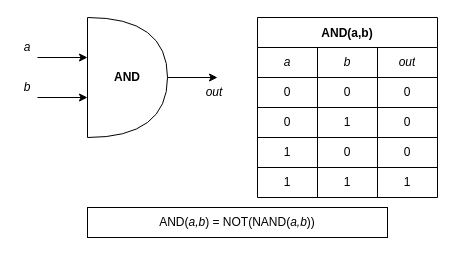
Above: page "AND" (3 of 7) of diagrams.drawio in aaronmbos/nand2tetris (draw.io), before the change. Source tidied: cells renumbered, new cells numbered last; positions are measured from the earlier drawing's top-left corner, leaving out a move shared by most shapes. Both pictures are drawn from the tidied source at 100%, with x=0, y=0 at pixel (17, 17).
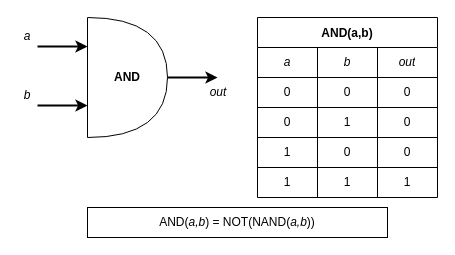
Above is the later version.

Diff of the diagram source:
```diff
@@
-    <mxCell id="24" style="endArrow=classic;html=1;rounded=0;fontFamily=JetBrains Mono;" parent="1" edge="1">
+    <mxCell id="24" style="endArrow=classic;html=1;rounded=0;fontFamily=JetBrains Mono;strokeWidth=2;" parent="1" edge="1">
       <mxGeometry relative="1" as="geometry">
-        <mxPoint x="20" y="40" as="sourcePoint" />
-        <mxPoint x="70" y="40" as="targetPoint" />
+        <mxPoint x="20" y="29" as="sourcePoint" />
+        <mxPoint x="70" y="29" as="targetPoint" />
       </mxGeometry>
     </mxCell>
-    <mxCell id="25" style="endArrow=classic;html=1;rounded=0;fontFamily=JetBrains Mono;" parent="1" edge="1">
+    <mxCell id="25" style="endArrow=classic;html=1;rounded=0;fontFamily=JetBrains Mono;strokeWidth=2;" parent="1" edge="1">
       <mxGeometry relative="1" as="geometry">
-        <mxPoint x="20" y="80" as="sourcePoint" />
-        <mxPoint x="70" y="80" as="targetPoint" />
+        <mxPoint x="20" y="88" as="sourcePoint" />
+        <mxPoint x="70" y="88" as="targetPoint" />
       </mxGeometry>
     </mxCell>
@@
     <mxCell id="27" value="&lt;i&gt;a&lt;/i&gt;" style="text;html=1;strokeColor=none;fillColor=none;align=center;verticalAlign=middle;whiteSpace=wrap;rounded=0;fontFamily=JetBrains Mono;" parent="1" vertex="1">
-      <mxGeometry y="20" width="20" height="20" as="geometry" />
+      <mxGeometry y="9" width="20" height="20" as="geometry" />
     </mxCell>
     <mxCell id="28" value="&lt;i&gt;b&lt;/i&gt;" style="text;html=1;strokeColor=none;fillColor=none;align=center;verticalAlign=middle;whiteSpace=wrap;rounded=0;fontFamily=JetBrains Mono;" parent="1" vertex="1">
-      <mxGeometry y="60" width="20" height="20" as="geometry" />
+      <mxGeometry y="68" width="20" height="20" as="geometry" />
     </mxCell>
     <mxCell id="29" value="&lt;i&gt;out&lt;/i&gt;" style="text;html=1;strokeColor=none;fillColor=none;align=center;verticalAlign=middle;whiteSpace=wrap;rounded=0;fontFamily=JetBrains Mono;" parent="1" vertex="1">
-      <mxGeometry x="177" y="65" width="40" height="20" as="geometry" />
+      <mxGeometry x="181" y="65" width="40" height="20" as="geometry" />
     </mxCell>
-    <mxCell id="30" style="endArrow=classic;html=1;rounded=0;fontFamily=JetBrains Mono;" parent="1" edge="1">
+    <mxCell id="30" style="endArrow=classic;html=1;rounded=0;fontFamily=JetBrains Mono;strokeWidth=2;" parent="1" edge="1">
       <mxGeometry relative="1" as="geometry">
         <mxPoint x="150" y="60" as="sourcePoint" />
         <mxPoint x="200" y="60" as="targetPoint" />
       </mxGeometry>
     </mxCell>
```
